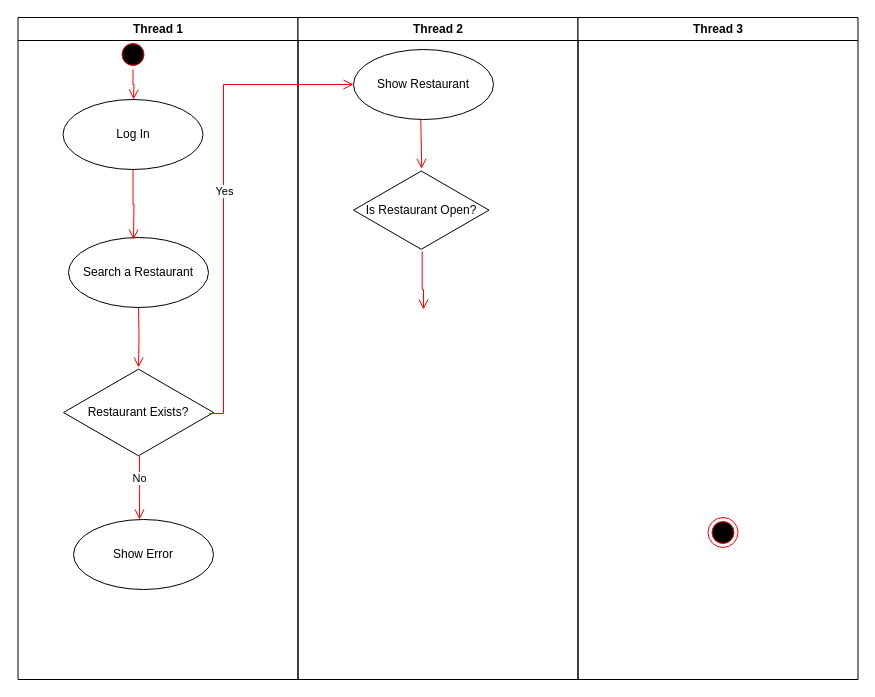
The draw.io diagram Restaurant Finder Activity Diagram.drawio in prakhardixit248/UpGrad_MS, before the edit. Source tidied: cells renumbered, new cells numbered last; positions are measured from the earlier drawing's top-left corner, leaving out a move shared by most shapes. Both pictures are drawn from the tidied source at 100%, with x=0, y=0 at pixel (17, 17).
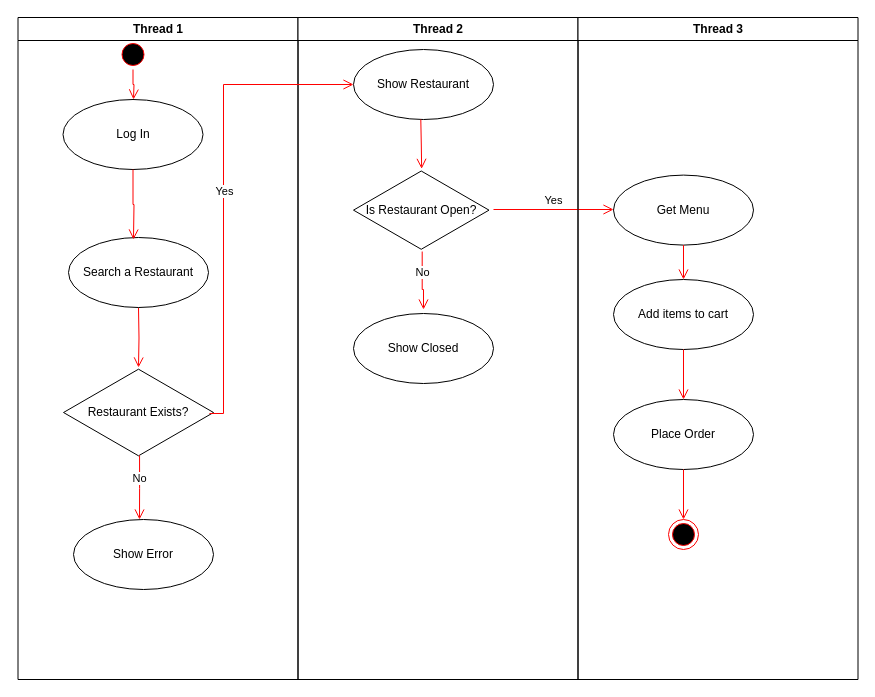
The same diagram, later.

Unchanged cells that the change refers to:
```xml
<mxCell id="10" value="Thread 2" style="swimlane;whiteSpace=wrap;" parent="1" vertex="1">
  <mxGeometry x="280.5" width="280" height="662" as="geometry" />
</mxCell>
<mxCell id="12" value="Is Restaurant Open?" style="html=1;whiteSpace=wrap;shape=isoRectangle;" parent="10" vertex="1">
  <mxGeometry x="55.5" y="152" width="135.5" height="81.3" as="geometry" />
</mxCell>
<mxCell id="15" value="Thread 3" style="swimlane;whiteSpace=wrap;" parent="1" vertex="1">
  <mxGeometry x="560.5" width="280" height="662" as="geometry" />
</mxCell>
```

Diff of the diagram source:
```diff
@@
-    <mxCell id="14" style="edgeStyle=orthogonalEdgeStyle;html=1;verticalAlign=bottom;endArrow=open;endSize=8;strokeColor=#ff0000;rounded=0;exitX=0.507;exitY=1.009;exitDx=0;exitDy=0;exitPerimeter=0;" parent="10" edge="1" source="12">
+    <mxCell id="14" value="No" style="edgeStyle=orthogonalEdgeStyle;html=1;verticalAlign=bottom;endArrow=open;endSize=8;strokeColor=#ff0000;rounded=0;exitX=0.507;exitY=1.009;exitDx=0;exitDy=0;exitPerimeter=0;" parent="10" edge="1" source="12">
       <mxGeometry relative="1" as="geometry">
         <mxPoint x="125.5" y="292" as="targetPoint" />
         <Array as="points">
           <mxPoint x="124" y="272" />
           <mxPoint x="126" y="272" />
         </Array>
       </mxGeometry>
     </mxCell>
+    <mxCell id="21" value="Show Closed" style="ellipse;whiteSpace=wrap;html=1;" parent="10" vertex="1">
+      <mxGeometry x="55.5" y="296" width="140" height="70" as="geometry" />
+    </mxCell>
+    <mxCell id="22" value="Yes" style="edgeStyle=orthogonalEdgeStyle;html=1;verticalAlign=bottom;endArrow=open;endSize=8;strokeColor=#ff0000;rounded=0;" parent="10" edge="1" target="23">
+      <mxGeometry relative="1" as="geometry">
+        <mxPoint x="195.5" y="192" as="sourcePoint" />
+        <Array as="points">
+          <mxPoint x="236" y="192" />
+          <mxPoint x="236" y="192" />
+        </Array>
+      </mxGeometry>
+    </mxCell>
@@
     <mxCell id="16" style="ellipse;shape=endState;fillColor=#000000;strokeColor=#ff0000;" parent="15" vertex="1">
-      <mxGeometry x="130" y="500" width="30" height="30" as="geometry" />
+      <mxGeometry x="90.5" y="502" width="30" height="30" as="geometry" />
     </mxCell>
+    <mxCell id="23" value="Get Menu" style="ellipse;whiteSpace=wrap;html=1;" parent="15" vertex="1">
+      <mxGeometry x="35.5" y="157.6" width="140" height="70" as="geometry" />
+    </mxCell>
+    <mxCell id="24" value="Add items to cart" style="ellipse;whiteSpace=wrap;html=1;" parent="15" vertex="1">
+      <mxGeometry x="35.5" y="262" width="140" height="70" as="geometry" />
+    </mxCell>
+    <mxCell id="25" style="edgeStyle=orthogonalEdgeStyle;html=1;verticalAlign=bottom;endArrow=open;endSize=8;strokeColor=#ff0000;rounded=0;exitX=0.5;exitY=1;exitDx=0;exitDy=0;" parent="15" edge="1" source="23" target="24">
+      <mxGeometry relative="1" as="geometry" />
+    </mxCell>
+    <mxCell id="26" style="edgeStyle=orthogonalEdgeStyle;html=1;verticalAlign=bottom;endArrow=open;endSize=8;strokeColor=#ff0000;rounded=0;exitX=0.5;exitY=1;exitDx=0;exitDy=0;entryX=0.5;entryY=0;entryDx=0;entryDy=0;" parent="15" edge="1" source="24" target="27">
+      <mxGeometry relative="1" as="geometry" />
+    </mxCell>
+    <mxCell id="27" value="Place Order" style="ellipse;whiteSpace=wrap;html=1;" parent="15" vertex="1">
+      <mxGeometry x="35.5" y="382" width="140" height="70" as="geometry" />
+    </mxCell>
+    <mxCell id="28" style="edgeStyle=orthogonalEdgeStyle;html=1;verticalAlign=bottom;endArrow=open;endSize=8;strokeColor=#ff0000;rounded=0;exitX=0.5;exitY=1;exitDx=0;exitDy=0;entryX=0.5;entryY=0;entryDx=0;entryDy=0;" parent="15" edge="1" source="27" target="16">
+      <mxGeometry relative="1" as="geometry" />
+    </mxCell>
```
